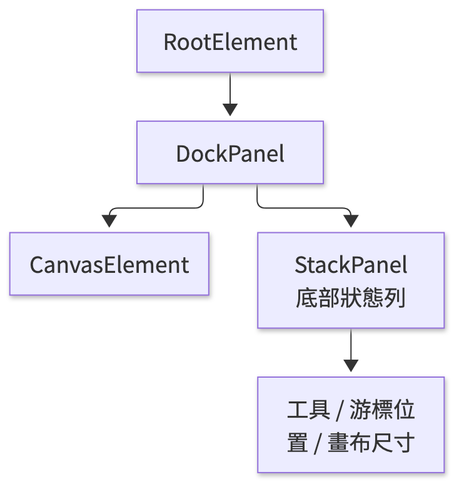
This is docs/figures/app_a_layout-tree.png from YuanOwO/CG-hw1-paint, a Mermaid export, as it was before one commit. Its source is kept beside it as docs/figures-src/app_a_layout-tree.mmd.
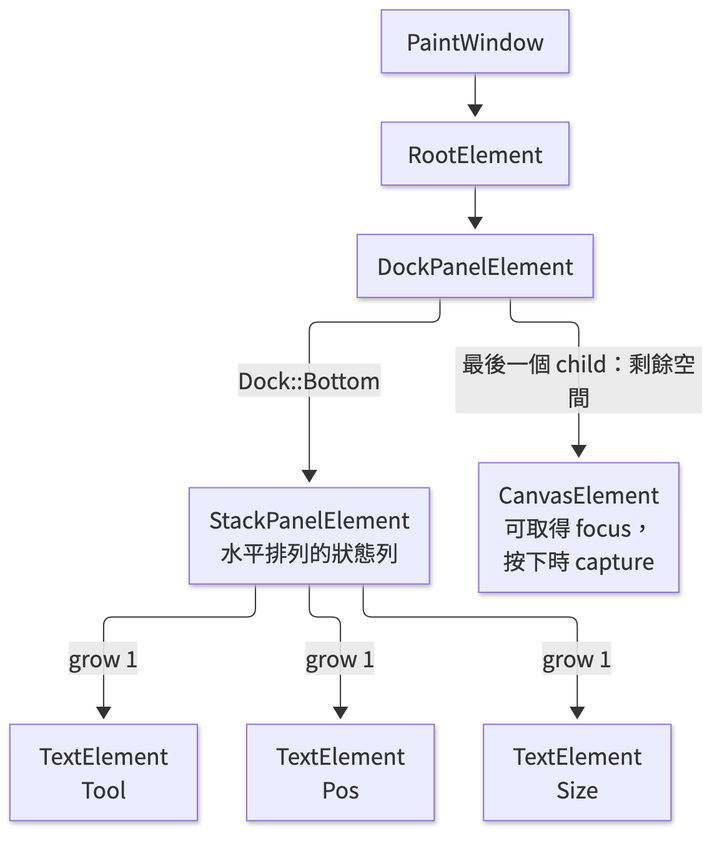
Above is the later version.

What changed in the source:
```diff
@@ -1,5 +1,8 @@
 flowchart TB
-    root[RootElement] --> dock[DockPanel]
-    dock --> canvas[CanvasElement]
-    dock --> bottom[StackPanel<br/>底部狀態列]
-    bottom --> status[工具 / 游標位置 / 畫布尺寸]
+    win["PaintWindow"] --> root["RootElement"]
+    root --> dock["DockPanelElement"]
+    dock -- "Dock::Bottom" --> status["StackPanelElement<br/>水平排列的狀態列"]
+    dock -- "最後一個 child：剩餘空間" --> canvas["CanvasElement<br/>可取得 focus，按下時 capture"]
+    status -- "grow 1" --> t1["TextElement<br/>Tool"]
+    status -- "grow 1" --> t2["TextElement<br/>Pos"]
+    status -- "grow 1" --> t3["TextElement<br/>Size"]
```
